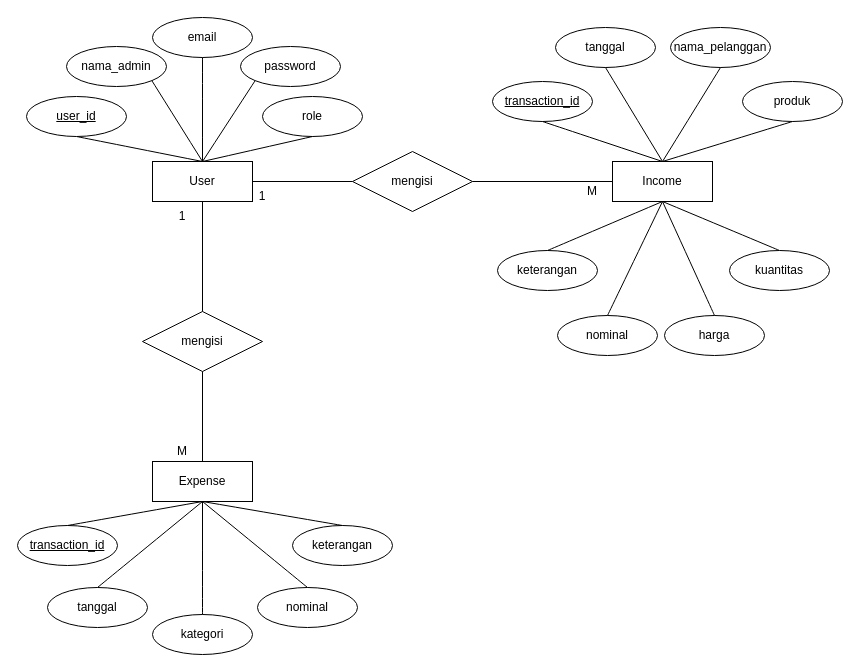
The draw.io diagram page "ERD" (1 of 2) of ERD Table.drawio in Joyce-Acia/PWL_Keuangan, before the edit. Source tidied: cells renumbered, new cells numbered last; positions are measured from the earlier drawing's top-left corner, leaving out a move shared by most shapes. Both pictures are drawn from the tidied source at 100%, with x=0, y=0 at pixel (17, 17).
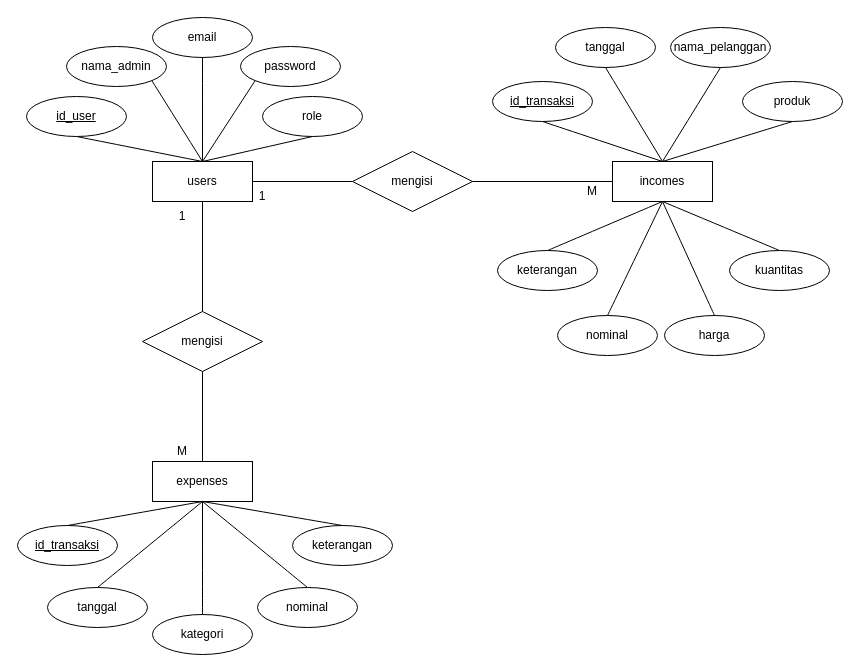
Above is the later version.

The edit, as a diff of the source:
```diff
@@
-    <mxCell id="2" value="User" style="whiteSpace=wrap;html=1;align=center;" parent="1" vertex="1">
+    <mxCell id="2" value="users" style="whiteSpace=wrap;html=1;align=center;" parent="1" vertex="1">
       <mxGeometry x="135" y="144" width="100" height="40" as="geometry" />
     </mxCell>
-    <mxCell id="3" value="Income" style="whiteSpace=wrap;html=1;align=center;" parent="1" vertex="1">
+    <mxCell id="3" value="incomes" style="whiteSpace=wrap;html=1;align=center;" parent="1" vertex="1">
       <mxGeometry x="595" y="144" width="100" height="40" as="geometry" />
     </mxCell>
@@
-    <mxCell id="10" value="transaction_id" style="ellipse;whiteSpace=wrap;html=1;align=center;fontStyle=4;" parent="1" vertex="1">
+    <mxCell id="10" value="id_transaksi" style="ellipse;whiteSpace=wrap;html=1;align=center;fontStyle=4;" parent="1" vertex="1">
       <mxGeometry x="475" y="64" width="100" height="40" as="geometry" />
     </mxCell>
@@
-    <mxCell id="20" value="Expense" style="whiteSpace=wrap;html=1;align=center;" parent="1" vertex="1">
+    <mxCell id="20" value="expenses" style="whiteSpace=wrap;html=1;align=center;" parent="1" vertex="1">
       <mxGeometry x="135" y="444" width="100" height="40" as="geometry" />
     </mxCell>
-    <mxCell id="21" value="transaction_id" style="ellipse;whiteSpace=wrap;html=1;align=center;fontStyle=4;" parent="1" vertex="1">
+    <mxCell id="21" value="id_transaksi" style="ellipse;whiteSpace=wrap;html=1;align=center;fontStyle=4;" parent="1" vertex="1">
       <mxGeometry y="508" width="100" height="40" as="geometry" />
     </mxCell>
@@
-    <mxCell id="48" value="user_id" style="ellipse;whiteSpace=wrap;html=1;align=center;fontStyle=4;" parent="1" vertex="1">
+    <mxCell id="48" value="id_user" style="ellipse;whiteSpace=wrap;html=1;align=center;fontStyle=4;" parent="1" vertex="1">
       <mxGeometry x="9" y="79" width="100" height="40" as="geometry" />
     </mxCell>
```
